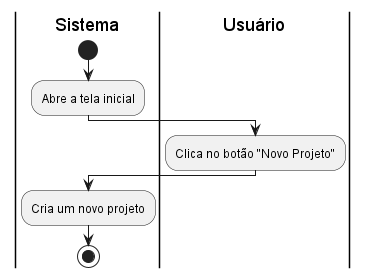
aspiringluke/Projeto-Integrado-Mobile keeps this PlantUML diagram as docs/casosUso/imagens/diagramas_atividade/diagrama_UC01.png. Above is the earlier version.
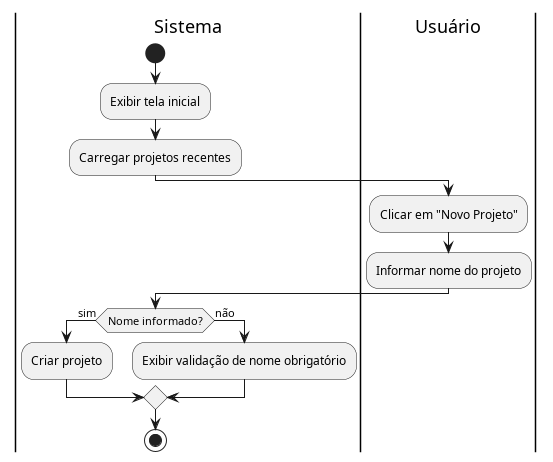
Later version of the same file.

Change to the diagram source:
```diff
@@ -2,13 +2,19 @@
 
 |Sistema|
 start
-:Abre a tela inicial;
+:Exibir tela inicial;
+:Carregar projetos recentes;
 
 |Usuário|
-:Clica no botão "Novo Projeto";
+:Clicar em "Novo Projeto";
+:Informar nome do projeto;
 
 |Sistema|
-:Cria um novo projeto;
+if (Nome informado?) then (sim)
+  :Criar projeto;
+else (não)
+  :Exibir validação de nome obrigatório;
+endif
 
 stop
 @enduml
```
